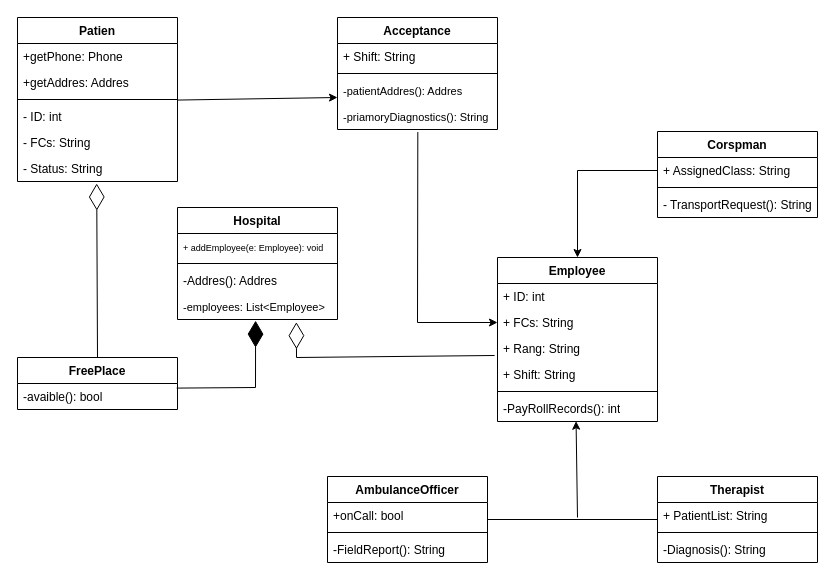
The draw.io diagram Homework2/Task2_3/H2T2.1.drawio in wapernato/first-java, before the edit. Source tidied: cells renumbered, new cells numbered last; positions are measured from the earlier drawing's top-left corner, leaving out a move shared by most shapes. Both pictures are drawn from the tidied source at 100%, with x=0, y=0 at pixel (17, 17).
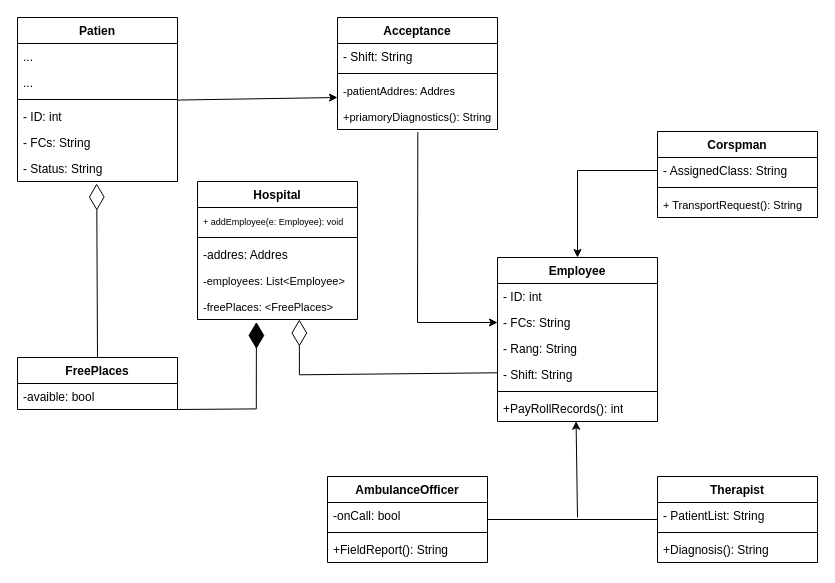
The same page after the edit.

Unchanged cells that the change refers to:
```xml
<mxCell id="2" value="Patien" style="swimlane;fontStyle=1;align=center;verticalAlign=top;horizontal=1;startSize=26;whiteSpace=wrap;html=1;" parent="1" vertex="1">
  <mxGeometry width="160" height="164" as="geometry" />
</mxCell>
<mxCell id="5" style="line;strokeWidth=1;fillColor=none;align=left;verticalAlign=middle;spacingTop=-1;spacingLeft=3;spacingRight=3;labelPosition=right;points=[];portConstraint=eastwest;strokeColor=inherit;" parent="2" vertex="1">
  <mxGeometry y="78" width="160" height="8" as="geometry" />
</mxCell>
<mxCell id="8" value="- Status: String" style="text;strokeColor=none;fillColor=none;align=left;verticalAlign=top;spacingLeft=4;spacingRight=4;overflow=hidden;points=[[0,0.5],[1,0.5]];portConstraint=eastwest;whiteSpace=wrap;html=1;" parent="2" vertex="1">
  <mxGeometry y="138" width="160" height="26" as="geometry" />
</mxCell>
<mxCell id="9" value="Acceptance" style="swimlane;fontStyle=1;align=center;verticalAlign=top;horizontal=1;startSize=26;whiteSpace=wrap;html=1;" parent="1" vertex="1">
  <mxGeometry x="320" width="160" height="112" as="geometry" />
</mxCell>
<mxCell id="18" value="&lt;font style=&quot;font-size: 11px;&quot;&gt;-employees: List&amp;lt;Employee&amp;gt;&lt;/font&gt;" style="text;strokeColor=none;fillColor=none;align=left;verticalAlign=top;spacingLeft=4;spacingRight=4;overflow=hidden;points=[[0,0.5],[1,0.5]];portConstraint=eastwest;whiteSpace=wrap;html=1;" parent="14" vertex="1">
  <mxGeometry y="86" width="160" height="26" as="geometry" />
</mxCell>
<mxCell id="21" value="Employee" style="swimlane;fontStyle=1;align=center;verticalAlign=top;horizontal=1;startSize=26;whiteSpace=wrap;html=1;" parent="1" vertex="1">
  <mxGeometry x="480" y="240" width="160" height="164" as="geometry" />
</mxCell>
<mxCell id="28" value="Corspman" style="swimlane;fontStyle=1;align=center;verticalAlign=top;horizontal=1;startSize=26;whiteSpace=wrap;html=1;" parent="1" vertex="1">
  <mxGeometry x="640" y="114" width="160" height="86" as="geometry" />
</mxCell>
<mxCell id="32" value="Therapist" style="swimlane;fontStyle=1;align=center;verticalAlign=top;horizontal=1;startSize=26;whiteSpace=wrap;html=1;" parent="1" vertex="1">
  <mxGeometry x="640" y="459" width="160" height="86" as="geometry" />
</mxCell>
<mxCell id="36" value="AmbulanceOfficer" style="swimlane;fontStyle=1;align=center;verticalAlign=top;horizontal=1;startSize=26;whiteSpace=wrap;html=1;" parent="1" vertex="1">
  <mxGeometry x="310" y="459" width="160" height="86" as="geometry" />
</mxCell>
```

What changed in the source:
```diff
@@
-    <mxCell id="3" value="+getPhone: Phone" style="text;strokeColor=none;fillColor=none;align=left;verticalAlign=top;spacingLeft=4;spacingRight=4;overflow=hidden;whiteSpace=wrap;html=1;" parent="2" vertex="1">
-      <mxGeometry y="26" width="160" height="26" as="geometry" />
-    </mxCell>
-    <mxCell id="4" value="+getAddres: Addres" style="text;strokeColor=none;fillColor=none;align=left;verticalAlign=top;spacingLeft=4;spacingRight=4;overflow=hidden;whiteSpace=wrap;html=1;" parent="2" vertex="1">
-      <mxGeometry y="52" width="160" height="26" as="geometry" />
-    </mxCell>
+    <mxCell id="48" value="..." style="text;strokeColor=none;fillColor=none;align=left;verticalAlign=top;spacingLeft=4;spacingRight=4;overflow=hidden;whiteSpace=wrap;html=1;" parent="2" vertex="1">
+      <mxGeometry y="26" width="160" height="26" as="geometry" />
+    </mxCell>
+    <mxCell id="49" value="..." style="text;strokeColor=none;fillColor=none;align=left;verticalAlign=top;spacingLeft=4;spacingRight=4;overflow=hidden;whiteSpace=wrap;html=1;" parent="2" vertex="1">
+      <mxGeometry y="52" width="160" height="26" as="geometry" />
+    </mxCell>
@@
-    <mxCell id="10" value="+ Shift: String" style="text;strokeColor=none;fillColor=none;align=left;verticalAlign=top;spacingLeft=4;spacingRight=4;overflow=hidden;whiteSpace=wrap;html=1;" parent="9" vertex="1">
-      <mxGeometry y="26" width="160" height="26" as="geometry" />
-    </mxCell>
-    <mxCell id="11" style="line;strokeWidth=1;fillColor=none;align=left;verticalAlign=middle;spacingTop=-1;spacingLeft=3;spacingRight=3;labelPosition=right;strokeColor=inherit;" parent="9" vertex="1">
-      <mxGeometry y="52" width="160" height="8" as="geometry" />
-    </mxCell>
-    <mxCell id="12" value="&lt;font style=&quot;font-size: 11px;&quot;&gt;-patientAddres(): Addres&amp;nbsp;&lt;/font&gt;" style="text;strokeColor=none;fillColor=none;align=left;verticalAlign=top;spacingLeft=4;spacingRight=4;overflow=hidden;points=[[0,0.5],[1,0.5]];portConstraint=eastwest;whiteSpace=wrap;html=1;" parent="9" vertex="1">
-      <mxGeometry y="60" width="160" height="26" as="geometry" />
-    </mxCell>
-    <mxCell id="13" value="&lt;font style=&quot;font-size: 11px;&quot;&gt;-priamoryDiagnostics(): String&lt;/font&gt;" style="text;strokeColor=none;fillColor=none;align=left;verticalAlign=top;spacingLeft=4;spacingRight=4;overflow=hidden;points=[[0,0.5],[1,0.5]];portConstraint=eastwest;whiteSpace=wrap;html=1;" parent="9" vertex="1">
-      <mxGeometry y="86" width="160" height="26" as="geometry" />
-    </mxCell>
+    <mxCell id="50" value="- Shift: String" style="text;strokeColor=none;fillColor=none;align=left;verticalAlign=top;spacingLeft=4;spacingRight=4;overflow=hidden;whiteSpace=wrap;html=1;" parent="9" vertex="1">
+      <mxGeometry y="26" width="160" height="26" as="geometry" />
+    </mxCell>
+    <mxCell id="51" style="line;strokeWidth=1;fillColor=none;align=left;verticalAlign=middle;spacingTop=-1;spacingLeft=3;spacingRight=3;labelPosition=right;strokeColor=inherit;" parent="9" vertex="1">
+      <mxGeometry y="52" width="160" height="8" as="geometry" />
+    </mxCell>
+    <mxCell id="52" value="&lt;font style=&quot;font-size: 11px;&quot;&gt;-patientAddres: Addres&amp;nbsp;&lt;/font&gt;" style="text;strokeColor=none;fillColor=none;align=left;verticalAlign=top;spacingLeft=4;spacingRight=4;overflow=hidden;points=[[0,0.5],[1,0.5]];portConstraint=eastwest;whiteSpace=wrap;html=1;" parent="9" vertex="1">
+      <mxGeometry y="60" width="160" height="26" as="geometry" />
+    </mxCell>
+    <mxCell id="53" value="&lt;font style=&quot;font-size: 11px;&quot;&gt;+priamoryDiagnostics(): String&lt;/font&gt;" style="text;strokeColor=none;fillColor=none;align=left;verticalAlign=top;spacingLeft=4;spacingRight=4;overflow=hidden;points=[[0,0.5],[1,0.5]];portConstraint=eastwest;whiteSpace=wrap;html=1;" parent="9" vertex="1">
+      <mxGeometry y="86" width="160" height="26" as="geometry" />
+    </mxCell>
     <mxCell id="14" value="Hospital" style="swimlane;fontStyle=1;align=center;verticalAlign=top;horizontal=1;startSize=26;whiteSpace=wrap;html=1;" parent="1" vertex="1">
-      <mxGeometry x="160" y="190" width="160" height="112" as="geometry" />
+      <mxGeometry x="180" y="164" width="160" height="138" as="geometry" />
     </mxCell>
@@
-    <mxCell id="16" style="line;strokeWidth=1;fillColor=none;align=left;verticalAlign=middle;spacingTop=-1;spacingLeft=3;spacingRight=3;labelPosition=right;strokeColor=inherit;" parent="14" vertex="1">
-      <mxGeometry y="52" width="160" height="8" as="geometry" />
-    </mxCell>
-    <mxCell id="17" value="-Addres(): Addres" style="text;strokeColor=none;fillColor=none;align=left;verticalAlign=top;spacingLeft=4;spacingRight=4;overflow=hidden;whiteSpace=wrap;html=1;" parent="14" vertex="1">
-      <mxGeometry y="60" width="160" height="26" as="geometry" />
-    </mxCell>
+    <mxCell id="54" style="line;strokeWidth=1;fillColor=none;align=left;verticalAlign=middle;spacingTop=-1;spacingLeft=3;spacingRight=3;labelPosition=right;strokeColor=inherit;" parent="14" vertex="1">
+      <mxGeometry y="52" width="160" height="8" as="geometry" />
+    </mxCell>
+    <mxCell id="55" value="-addres: Addres" style="text;strokeColor=none;fillColor=none;align=left;verticalAlign=top;spacingLeft=4;spacingRight=4;overflow=hidden;whiteSpace=wrap;html=1;" parent="14" vertex="1">
+      <mxGeometry y="60" width="160" height="26" as="geometry" />
+    </mxCell>
@@
-    <mxCell id="19" value="FreePlace" style="swimlane;fontStyle=1;align=center;verticalAlign=top;horizontal=1;startSize=26;whiteSpace=wrap;html=1;" parent="1" vertex="1">
-      <mxGeometry y="340" width="160" height="52" as="geometry" />
-    </mxCell>
-    <mxCell id="20" value="-avaible(): bool" style="text;strokeColor=none;fillColor=none;align=left;verticalAlign=top;spacingLeft=4;spacingRight=4;overflow=hidden;points=[[0,0.5],[1,0.5]];portConstraint=eastwest;whiteSpace=wrap;html=1;" parent="19" vertex="1">
-      <mxGeometry y="26" width="160" height="26" as="geometry" />
-    </mxCell>
+    <mxCell id="56" value="&lt;font style=&quot;font-size: 11px;&quot;&gt;-freePlaces: &amp;lt;FreePlaces&amp;gt;&lt;/font&gt;" style="text;strokeColor=none;fillColor=none;align=left;verticalAlign=top;spacingLeft=4;spacingRight=4;overflow=hidden;whiteSpace=wrap;html=1;" parent="14" vertex="1">
+      <mxGeometry y="112" width="160" height="26" as="geometry" />
+    </mxCell>
+    <mxCell id="57" value="FreePlaces" style="swimlane;fontStyle=1;align=center;verticalAlign=top;horizontal=1;startSize=26;whiteSpace=wrap;html=1;" parent="1" vertex="1">
+      <mxGeometry y="340" width="160" height="52" as="geometry" />
+    </mxCell>
+    <mxCell id="58" value="-avaible: bool" style="text;strokeColor=none;fillColor=none;align=left;verticalAlign=top;spacingLeft=4;spacingRight=4;overflow=hidden;whiteSpace=wrap;html=1;" parent="57" vertex="1">
+      <mxGeometry y="26" width="160" height="26" as="geometry" />
+    </mxCell>
@@
-    <mxCell id="22" value="+ ID: int" style="text;strokeColor=none;fillColor=none;align=left;verticalAlign=top;spacingLeft=4;spacingRight=4;overflow=hidden;whiteSpace=wrap;html=1;" parent="21" vertex="1">
-      <mxGeometry y="26" width="160" height="26" as="geometry" />
-    </mxCell>
-    <mxCell id="23" value="+ FCs: String" style="text;strokeColor=none;fillColor=none;align=left;verticalAlign=top;spacingLeft=4;spacingRight=4;overflow=hidden;points=[[0,0.5],[1,0.5]];portConstraint=eastwest;whiteSpace=wrap;html=1;" parent="21" vertex="1">
-      <mxGeometry y="52" width="160" height="26" as="geometry" />
-    </mxCell>
-    <mxCell id="24" value="+ Rang: String" style="text;strokeColor=none;fillColor=none;align=left;verticalAlign=top;spacingLeft=4;spacingRight=4;overflow=hidden;points=[[0,0.5],[1,0.5]];portConstraint=eastwest;whiteSpace=wrap;html=1;" parent="21" vertex="1">
-      <mxGeometry y="78" width="160" height="26" as="geometry" />
-    </mxCell>
-    <mxCell id="25" value="+ Shift: String" style="text;strokeColor=none;fillColor=none;align=left;verticalAlign=top;spacingLeft=4;spacingRight=4;overflow=hidden;whiteSpace=wrap;html=1;" parent="21" vertex="1">
-      <mxGeometry y="104" width="160" height="26" as="geometry" />
-    </mxCell>
+    <mxCell id="59" value="- ID: int" style="text;strokeColor=none;fillColor=none;align=left;verticalAlign=top;spacingLeft=4;spacingRight=4;overflow=hidden;whiteSpace=wrap;html=1;" parent="21" vertex="1">
+      <mxGeometry y="26" width="160" height="26" as="geometry" />
+    </mxCell>
+    <mxCell id="60" value="- FCs: String" style="text;strokeColor=none;fillColor=none;align=left;verticalAlign=top;spacingLeft=4;spacingRight=4;overflow=hidden;points=[[0,0.5],[1,0.5]];portConstraint=eastwest;whiteSpace=wrap;html=1;" parent="21" vertex="1">
+      <mxGeometry y="52" width="160" height="26" as="geometry" />
+    </mxCell>
+    <mxCell id="61" value="- Rang: String" style="text;strokeColor=none;fillColor=none;align=left;verticalAlign=top;spacingLeft=4;spacingRight=4;overflow=hidden;whiteSpace=wrap;html=1;" parent="21" vertex="1">
+      <mxGeometry y="78" width="160" height="26" as="geometry" />
+    </mxCell>
+    <mxCell id="62" value="- Shift: String" style="text;strokeColor=none;fillColor=none;align=left;verticalAlign=top;spacingLeft=4;spacingRight=4;overflow=hidden;whiteSpace=wrap;html=1;" parent="21" vertex="1">
+      <mxGeometry y="104" width="160" height="26" as="geometry" />
+    </mxCell>
@@
-    <mxCell id="27" value="-PayRollRecords(): int" style="text;strokeColor=none;fillColor=none;align=left;verticalAlign=top;spacingLeft=4;spacingRight=4;overflow=hidden;points=[[0,0.5],[1,0.5]];portConstraint=eastwest;whiteSpace=wrap;html=1;" parent="21" vertex="1">
-      <mxGeometry y="138" width="160" height="26" as="geometry" />
-    </mxCell>
+    <mxCell id="63" value="+PayRollRecords(): int" style="text;strokeColor=none;fillColor=none;align=left;verticalAlign=top;spacingLeft=4;spacingRight=4;overflow=hidden;points=[[0,0.5],[1,0.5]];portConstraint=eastwest;whiteSpace=wrap;html=1;" parent="21" vertex="1">
+      <mxGeometry y="138" width="160" height="26" as="geometry" />
+    </mxCell>
@@
-    <mxCell id="29" value="+ AssignedClass: String" style="text;strokeColor=none;fillColor=none;align=left;verticalAlign=top;spacingLeft=4;spacingRight=4;overflow=hidden;points=[[0,0.5],[1,0.5]];portConstraint=eastwest;whiteSpace=wrap;html=1;" parent="28" vertex="1">
-      <mxGeometry y="26" width="160" height="26" as="geometry" />
-    </mxCell>
-    <mxCell id="30" style="line;strokeWidth=1;fillColor=none;align=left;verticalAlign=middle;spacingTop=-1;spacingLeft=3;spacingRight=3;labelPosition=right;strokeColor=inherit;" parent="28" vertex="1">
-      <mxGeometry y="52" width="160" height="8" as="geometry" />
-    </mxCell>
-    <mxCell id="31" value="- TransportRequest(): String" style="text;strokeColor=none;fillColor=none;align=left;verticalAlign=top;spacingLeft=4;spacingRight=4;overflow=hidden;whiteSpace=wrap;html=1;" parent="28" vertex="1">
-      <mxGeometry y="60" width="160" height="26" as="geometry" />
-    </mxCell>
+    <mxCell id="64" value="- AssignedClass: String" style="text;strokeColor=none;fillColor=none;align=left;verticalAlign=top;spacingLeft=4;spacingRight=4;overflow=hidden;points=[[0,0.5],[1,0.5]];portConstraint=eastwest;whiteSpace=wrap;html=1;" parent="28" vertex="1">
+      <mxGeometry y="26" width="160" height="26" as="geometry" />
+    </mxCell>
+    <mxCell id="65" style="line;strokeWidth=1;fillColor=none;align=left;verticalAlign=middle;spacingTop=-1;spacingLeft=3;spacingRight=3;labelPosition=right;strokeColor=inherit;" parent="28" vertex="1">
+      <mxGeometry y="52" width="160" height="8" as="geometry" />
+    </mxCell>
+    <mxCell id="66" value="&lt;font style=&quot;font-size: 11px;&quot;&gt;+ TransportRequest(): String&lt;/font&gt;" style="text;strokeColor=none;fillColor=none;align=left;verticalAlign=top;spacingLeft=4;spacingRight=4;overflow=hidden;whiteSpace=wrap;html=1;" parent="28" vertex="1">
+      <mxGeometry y="60" width="160" height="26" as="geometry" />
+    </mxCell>
@@
-    <mxCell id="33" value="+ PatientList: String" style="text;strokeColor=none;fillColor=none;align=left;verticalAlign=top;spacingLeft=4;spacingRight=4;overflow=hidden;whiteSpace=wrap;html=1;" parent="32" vertex="1">
-      <mxGeometry y="26" width="160" height="26" as="geometry" />
-    </mxCell>
-    <mxCell id="34" style="line;strokeWidth=1;fillColor=none;align=left;verticalAlign=middle;spacingTop=-1;spacingLeft=3;spacingRight=3;labelPosition=right;strokeColor=inherit;" parent="32" vertex="1">
-      <mxGeometry y="52" width="160" height="8" as="geometry" />
-    </mxCell>
-    <mxCell id="35" value="-Diagnosis(): String" style="text;strokeColor=none;fillColor=none;align=left;verticalAlign=top;spacingLeft=4;spacingRight=4;overflow=hidden;whiteSpace=wrap;html=1;" parent="32" vertex="1">
-      <mxGeometry y="60" width="160" height="26" as="geometry" />
-    </mxCell>
+    <mxCell id="67" value="- PatientList: String" style="text;strokeColor=none;fillColor=none;align=left;verticalAlign=top;spacingLeft=4;spacingRight=4;overflow=hidden;whiteSpace=wrap;html=1;" parent="32" vertex="1">
+      <mxGeometry y="26" width="160" height="26" as="geometry" />
+    </mxCell>
+    <mxCell id="68" style="line;strokeWidth=1;fillColor=none;align=left;verticalAlign=middle;spacingTop=-1;spacingLeft=3;spacingRight=3;labelPosition=right;strokeColor=inherit;" parent="32" vertex="1">
+      <mxGeometry y="52" width="160" height="8" as="geometry" />
+    </mxCell>
+    <mxCell id="69" value="+Diagnosis(): String" style="text;strokeColor=none;fillColor=none;align=left;verticalAlign=top;spacingLeft=4;spacingRight=4;overflow=hidden;whiteSpace=wrap;html=1;" parent="32" vertex="1">
+      <mxGeometry y="60" width="160" height="26" as="geometry" />
+    </mxCell>
@@
-    <mxCell id="37" value="+onCall: bool" style="text;strokeColor=none;fillColor=none;align=left;verticalAlign=top;spacingLeft=4;spacingRight=4;overflow=hidden;whiteSpace=wrap;html=1;" parent="36" vertex="1">
-      <mxGeometry y="26" width="160" height="26" as="geometry" />
-    </mxCell>
-    <mxCell id="38" style="line;strokeWidth=1;fillColor=none;align=left;verticalAlign=middle;spacingTop=-1;spacingLeft=3;spacingRight=3;labelPosition=right;strokeColor=inherit;" parent="36" vertex="1">
-      <mxGeometry y="52" width="160" height="8" as="geometry" />
-    </mxCell>
-    <mxCell id="39" value="-FieldReport(): String" style="text;strokeColor=none;fillColor=none;align=left;verticalAlign=top;spacingLeft=4;spacingRight=4;overflow=hidden;whiteSpace=wrap;html=1;" parent="36" vertex="1">
-      <mxGeometry y="60" width="160" height="26" as="geometry" />
-    </mxCell>
-    <mxCell id="40" style="endArrow=classic;html=1;rounded=0;exitX=0.998;exitY=0.571;exitDx=0;exitDy=0;exitPerimeter=0;entryX=0;entryY=0.769;entryDx=0;entryDy=0;entryPerimeter=0;" parent="1" edge="1" source="5" target="12">
-      <mxGeometry relative="1" as="geometry" />
-    </mxCell>
-    <mxCell id="41" style="endArrow=classic;html=1;rounded=0;exitX=0.502;exitY=1.099;exitDx=0;exitDy=0;exitPerimeter=0;entryX=0;entryY=0.5;entryDx=0;entryDy=0;" parent="1" edge="1" source="13" target="23">
-      <mxGeometry relative="1" as="geometry">
-        <Array as="points">
-          <mxPoint x="400" y="305" />
-        </Array>
-      </mxGeometry>
-    </mxCell>
-    <mxCell id="42" style="endArrow=classic;html=1;rounded=0;entryX=0.491;entryY=0.989;entryDx=0;entryDy=0;entryPerimeter=0;" parent="1" edge="1" target="27">
-      <mxGeometry relative="1" as="geometry">
-        <mxPoint x="560" y="500" as="sourcePoint" />
-      </mxGeometry>
-    </mxCell>
+    <mxCell id="70" value="-onCall: bool" style="text;strokeColor=none;fillColor=none;align=left;verticalAlign=top;spacingLeft=4;spacingRight=4;overflow=hidden;whiteSpace=wrap;html=1;" parent="36" vertex="1">
+      <mxGeometry y="26" width="160" height="26" as="geometry" />
+    </mxCell>
+    <mxCell id="71" style="line;strokeWidth=1;fillColor=none;align=left;verticalAlign=middle;spacingTop=-1;spacingLeft=3;spacingRight=3;labelPosition=right;strokeColor=inherit;" parent="36" vertex="1">
+      <mxGeometry y="52" width="160" height="8" as="geometry" />
+    </mxCell>
+    <mxCell id="72" value="+FieldReport(): String" style="text;strokeColor=none;fillColor=none;align=left;verticalAlign=top;spacingLeft=4;spacingRight=4;overflow=hidden;whiteSpace=wrap;html=1;" parent="36" vertex="1">
+      <mxGeometry y="60" width="160" height="26" as="geometry" />
+    </mxCell>
+    <mxCell id="73" style="endArrow=classic;html=1;rounded=0;exitX=0.998;exitY=0.571;exitDx=0;exitDy=0;exitPerimeter=0;entryX=0;entryY=0.769;entryDx=0;entryDy=0;entryPerimeter=0;" parent="1" edge="1" source="5" target="52">
+      <mxGeometry relative="1" as="geometry" />
+    </mxCell>
+    <mxCell id="74" style="endArrow=classic;html=1;rounded=0;exitX=0.502;exitY=1.099;exitDx=0;exitDy=0;exitPerimeter=0;entryX=0;entryY=0.5;entryDx=0;entryDy=0;" parent="1" edge="1" source="53" target="60">
+      <mxGeometry relative="1" as="geometry">
+        <Array as="points">
+          <mxPoint x="400" y="305" />
+        </Array>
+      </mxGeometry>
+    </mxCell>
+    <mxCell id="75" style="endArrow=classic;html=1;rounded=0;entryX=0.491;entryY=0.989;entryDx=0;entryDy=0;entryPerimeter=0;" parent="1" edge="1" target="63">
+      <mxGeometry relative="1" as="geometry">
+        <mxPoint x="560" y="500" as="sourcePoint" />
+      </mxGeometry>
+    </mxCell>
@@
-    <mxCell id="44" style="endArrow=classic;html=1;rounded=0;entryX=0.5;entryY=0;entryDx=0;entryDy=0;exitX=0;exitY=0.5;exitDx=0;exitDy=0;" parent="1" edge="1" source="29" target="21">
-      <mxGeometry relative="1" as="geometry">
-        <Array as="points">
-          <mxPoint x="560" y="153" />
-        </Array>
-      </mxGeometry>
-    </mxCell>
-    <mxCell id="45" style="endArrow=diamondThin;endFill=0;endSize=24;html=1;rounded=0;entryX=0.495;entryY=1.077;entryDx=0;entryDy=0;entryPerimeter=0;exitX=0.5;exitY=0;exitDx=0;exitDy=0;" parent="1" edge="1" source="19" target="8">
-      <mxGeometry relative="1" as="geometry" />
-    </mxCell>
-    <mxCell id="46" style="endArrow=diamondThin;endFill=1;endSize=24;html=1;rounded=0;entryX=0.488;entryY=1.044;entryDx=0;entryDy=0;entryPerimeter=0;exitX=0.995;exitY=0.177;exitDx=0;exitDy=0;exitPerimeter=0;" parent="1" edge="1" source="20" target="18">
-      <mxGeometry relative="1" as="geometry">
-        <Array as="points">
-          <mxPoint x="238" y="370" />
-        </Array>
-      </mxGeometry>
-    </mxCell>
-    <mxCell id="47" style="endArrow=diamondThin;endFill=0;endSize=24;html=1;rounded=0;entryX=0.743;entryY=1.103;entryDx=0;entryDy=0;entryPerimeter=0;exitX=-0.018;exitY=0.769;exitDx=0;exitDy=0;exitPerimeter=0;" parent="1" edge="1" source="24" target="18">
-      <mxGeometry relative="1" as="geometry">
-        <Array as="points">
-          <mxPoint x="279" y="340" />
-        </Array>
-      </mxGeometry>
-    </mxCell>
+    <mxCell id="76" style="endArrow=classic;html=1;rounded=0;entryX=0.5;entryY=0;entryDx=0;entryDy=0;exitX=0;exitY=0.5;exitDx=0;exitDy=0;" parent="1" edge="1" source="64" target="21">
+      <mxGeometry relative="1" as="geometry">
+        <Array as="points">
+          <mxPoint x="560" y="153" />
+        </Array>
+      </mxGeometry>
+    </mxCell>
+    <mxCell id="77" style="endArrow=diamondThin;endFill=0;endSize=24;html=1;rounded=0;entryX=0.495;entryY=1.077;entryDx=0;entryDy=0;entryPerimeter=0;exitX=0.5;exitY=0;exitDx=0;exitDy=0;" parent="1" edge="1" source="57" target="8">
+      <mxGeometry relative="1" as="geometry" />
+    </mxCell>
+    <mxCell id="78" style="endArrow=diamondThin;endFill=1;endSize=24;html=1;rounded=0;entryX=0.488;entryY=1.044;entryDx=0;entryDy=0;entryPerimeter=0;exitX=0.995;exitY=0.177;exitDx=0;exitDy=0;exitPerimeter=0;" parent="1" edge="1">
+      <mxGeometry relative="1" as="geometry">
+        <mxPoint x="160" y="392" as="sourcePoint" />
+        <mxPoint x="238.9" y="304.5" as="targetPoint" />
+        <Array as="points">
+          <mxPoint x="238.8" y="391.4" />
+        </Array>
+      </mxGeometry>
+    </mxCell>
+    <mxCell id="79" style="endArrow=diamondThin;endFill=0;endSize=24;html=1;rounded=0;entryX=0.743;entryY=1.103;entryDx=0;entryDy=0;entryPerimeter=0;exitX=-0.018;exitY=0.769;exitDx=0;exitDy=0;exitPerimeter=0;" parent="1" edge="1">
+      <mxGeometry relative="1" as="geometry">
+        <mxPoint x="480" y="355.3" as="sourcePoint" />
+        <mxPoint x="281.8" y="302" as="targetPoint" />
+        <Array as="points">
+          <mxPoint x="281.9" y="357.3" />
+          <mxPoint x="281.9" y="348.3" />
+        </Array>
+      </mxGeometry>
+    </mxCell>
```
